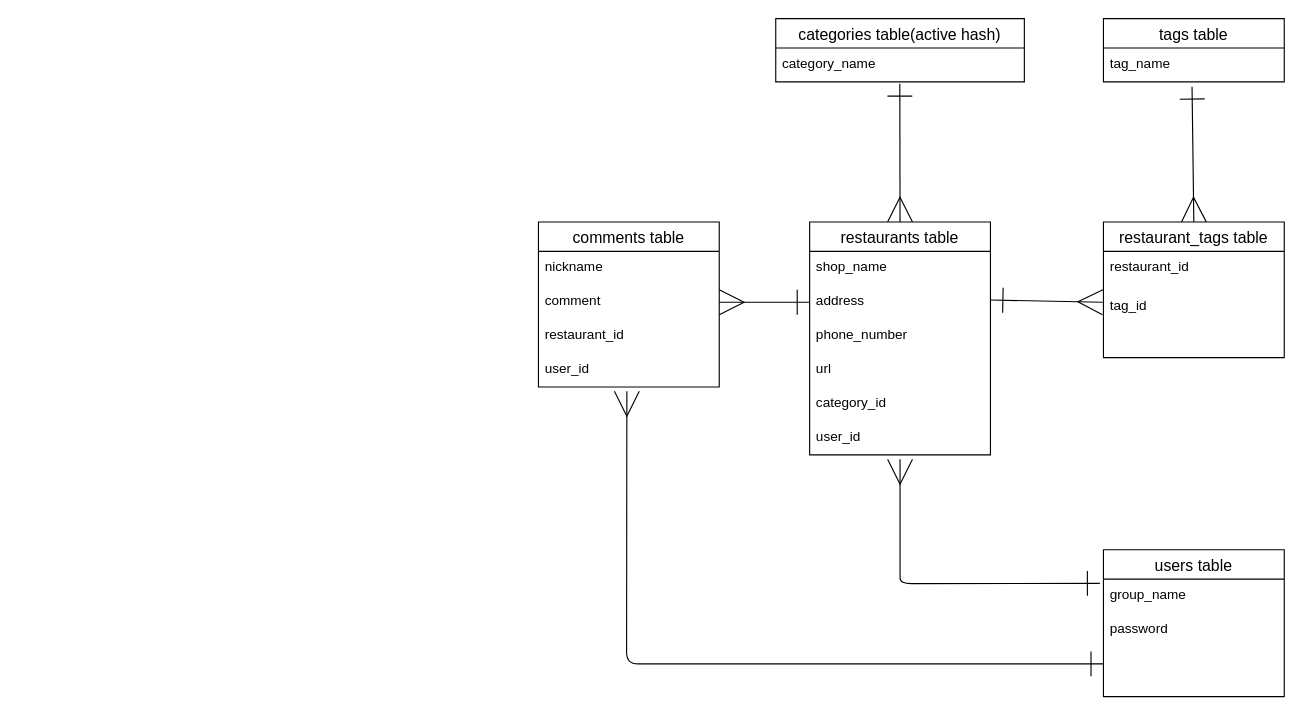
Earlier version of the draw.io diagram original-app.dio (rinooooo/original-app-38253). Source tidied: cells renumbered, new cells numbered last; positions are measured from the earlier drawing's top-left corner, leaving out a move shared by most shapes. Both pictures are drawn from the tidied source at 113%, with x=0, y=0 at pixel (538, 18).
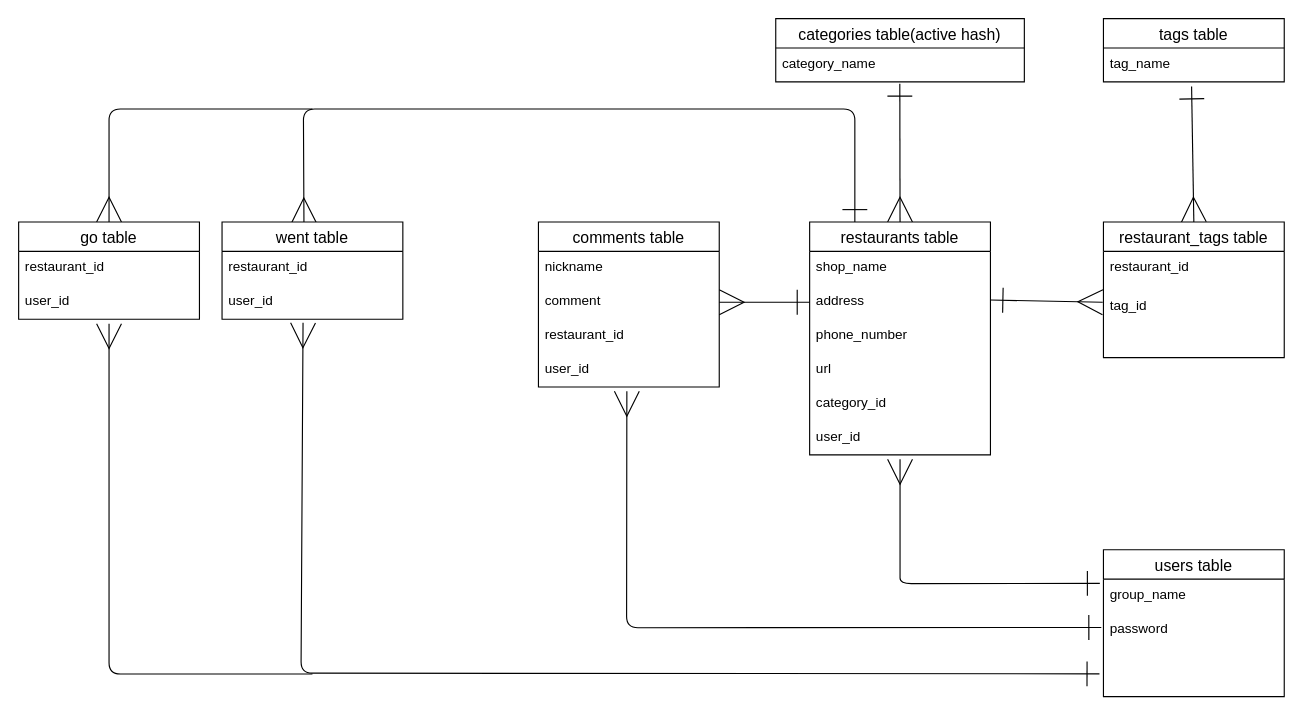
Above is the later version.

Unchanged cells that the change refers to:
```xml
<mxCell id="3" value="restaurants table" style="swimlane;fontStyle=0;horizontal=1;startSize=26;align=center;fontSize=14;" parent="1" vertex="1">
  <mxGeometry x="240" y="180" width="160" height="206" as="geometry" />
</mxCell>
<mxCell id="14" value="user_id" style="text;strokeColor=none;fillColor=none;spacingLeft=4;spacingRight=4;overflow=hidden;points=[[0,0.5],[1,0.5]];portConstraint=eastwest;fontSize=12;" parent="10" vertex="1">
  <mxGeometry y="116" width="160" height="30" as="geometry" />
</mxCell>
<mxCell id="21" value="password" style="text;strokeColor=none;fillColor=none;spacingLeft=4;spacingRight=4;overflow=hidden;points=[[0,0.5],[1,0.5]];portConstraint=eastwest;fontSize=12;" parent="19" vertex="1">
  <mxGeometry y="56" width="160" height="74" as="geometry" />
</mxCell>
<mxCell id="26" value="restaurant_tags table" style="swimlane;fontStyle=0;horizontal=1;startSize=26;align=center;fontSize=14;" parent="1" vertex="1">
  <mxGeometry x="500" y="180" width="160" height="120" as="geometry" />
</mxCell>
```

What changed in the source:
```diff
@@
+    <mxCell id="30" style="edgeStyle=none;html=1;exitX=0.25;exitY=0;exitDx=0;exitDy=0;entryX=0.453;entryY=0.009;entryDx=0;entryDy=0;entryPerimeter=0;endArrow=ERmany;endFill=0;endSize=20;startArrow=ERone;startFill=0;startSize=20;" parent="1" edge="1" source="3" target="31">
+      <mxGeometry relative="1" as="geometry">
+        <Array as="points">
+          <mxPoint x="280" y="80" />
+          <mxPoint x="30" y="80" />
+          <mxPoint x="-208" y="80" />
+        </Array>
+      </mxGeometry>
+    </mxCell>
@@
-    <mxCell id="23" style="edgeStyle=none;html=1;startArrow=ERone;startFill=0;endArrow=ERmany;endFill=0;startSize=20;endSize=20;entryX=0.489;entryY=1.127;entryDx=0;entryDy=0;entryPerimeter=0;" parent="1" edge="1" target="14">
+    <mxCell id="23" style="edgeStyle=none;html=1;startArrow=ERone;startFill=0;endArrow=ERmany;endFill=0;startSize=20;endSize=20;entryX=0.489;entryY=1.127;entryDx=0;entryDy=0;entryPerimeter=0;exitX=-0.012;exitY=0.173;exitDx=0;exitDy=0;exitPerimeter=0;" parent="1" edge="1" source="21" target="14">
       <mxGeometry relative="1" as="geometry">
-        <mxPoint x="500" y="571" as="sourcePoint" />
         <Array as="points">
-          <mxPoint x="78" y="571" />
+          <mxPoint x="78" y="539" />
         </Array>
       </mxGeometry>
     </mxCell>
@@
-    <mxCell id="25" style="edgeStyle=none;html=1;exitX=0.5;exitY=0;exitDx=0;exitDy=0;entryX=0.49;entryY=1.14;entryDx=0;entryDy=0;entryPerimeter=0;startArrow=ERmany;startFill=0;endArrow=ERone;endFill=0;startSize=20;endSize=20;sourcePerimeterSpacing=0;" parent="1" edge="1" source="26">
+    <mxCell id="25" style="edgeStyle=none;html=1;exitX=0.5;exitY=0;exitDx=0;exitDy=0;startArrow=ERmany;startFill=0;endArrow=ERone;endFill=0;startSize=20;endSize=20;sourcePerimeterSpacing=0;" parent="1" edge="1" source="26">
       <mxGeometry relative="1" as="geometry">
-        <mxPoint x="578.4" y="60.2" as="targetPoint" />
+        <mxPoint x="578" y="60" as="targetPoint" />
       </mxGeometry>
     </mxCell>
@@
+    <mxCell id="31" value="went table" style="swimlane;fontStyle=0;horizontal=1;startSize=26;align=center;fontSize=14;" parent="1" vertex="1">
+      <mxGeometry x="-280" y="180" width="160" height="86" as="geometry" />
+    </mxCell>
+    <mxCell id="32" value="restaurant_id" style="text;strokeColor=none;fillColor=none;spacingLeft=4;spacingRight=4;overflow=hidden;fontSize=12;" parent="31" vertex="1">
+      <mxGeometry y="26" width="160" height="30" as="geometry" />
+    </mxCell>
+    <mxCell id="33" value="user_id" style="text;strokeColor=none;fillColor=none;spacingLeft=4;spacingRight=4;overflow=hidden;points=[[0,0.5],[1,0.5]];portConstraint=eastwest;fontSize=12;" parent="31" vertex="1">
+      <mxGeometry y="56" width="160" height="30" as="geometry" />
+    </mxCell>
+    <mxCell id="34" style="edgeStyle=none;html=1;startArrow=ERone;startFill=0;endArrow=ERmany;endFill=0;startSize=20;endSize=20;exitX=-0.022;exitY=0.727;exitDx=0;exitDy=0;exitPerimeter=0;entryX=0.448;entryY=1.107;entryDx=0;entryDy=0;entryPerimeter=0;" parent="1" edge="1" source="21" target="33">
+      <mxGeometry relative="1" as="geometry">
+        <Array as="points">
+          <mxPoint x="-210.1" y="579.2" />
+        </Array>
+      </mxGeometry>
+    </mxCell>
+    <mxCell id="35" style="edgeStyle=none;html=1;exitX=0.5;exitY=0;exitDx=0;exitDy=0;endArrow=none;endFill=0;endSize=20;startSize=20;startArrow=ERmany;startFill=0;" parent="1" edge="1" source="36">
+      <mxGeometry relative="1" as="geometry">
+        <mxPoint x="-200" y="80" as="targetPoint" />
+        <Array as="points">
+          <mxPoint x="-380" y="80" />
+        </Array>
+      </mxGeometry>
+    </mxCell>
+    <mxCell id="36" value="go table" style="swimlane;fontStyle=0;horizontal=1;startSize=26;align=center;fontSize=14;" parent="1" vertex="1">
+      <mxGeometry x="-460" y="180" width="160" height="86" as="geometry" />
+    </mxCell>
+    <mxCell id="37" value="restaurant_id" style="text;strokeColor=none;fillColor=none;spacingLeft=4;spacingRight=4;overflow=hidden;fontSize=12;" parent="36" vertex="1">
+      <mxGeometry y="26" width="160" height="30" as="geometry" />
+    </mxCell>
+    <mxCell id="38" value="user_id" style="text;strokeColor=none;fillColor=none;spacingLeft=4;spacingRight=4;overflow=hidden;fontSize=12;" parent="36" vertex="1">
+      <mxGeometry y="56" width="160" height="30" as="geometry" />
+    </mxCell>
+    <mxCell id="39" style="edgeStyle=none;html=1;startArrow=none;startFill=0;endArrow=ERmany;endFill=0;startSize=20;endSize=20;" parent="1" edge="1">
+      <mxGeometry relative="1" as="geometry">
+        <mxPoint x="-200" y="580" as="sourcePoint" />
+        <mxPoint x="-380" y="270" as="targetPoint" />
+        <Array as="points">
+          <mxPoint x="-380" y="580" />
+        </Array>
+      </mxGeometry>
+    </mxCell>
```
